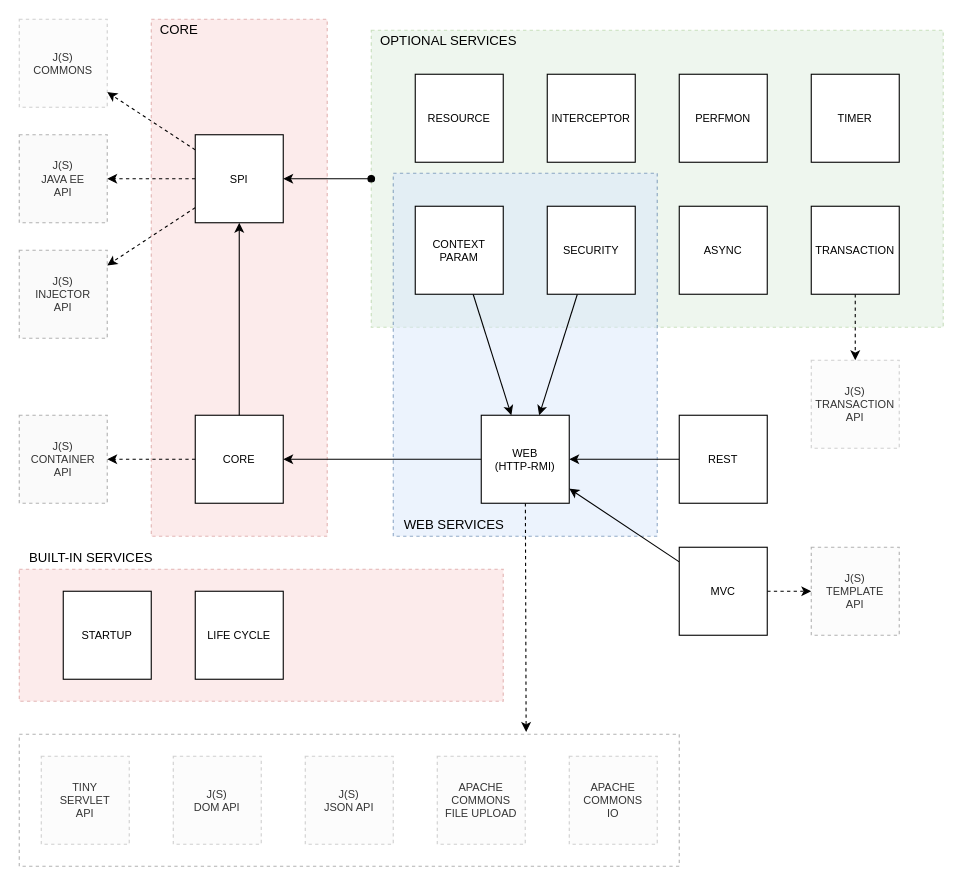
Above: page "Container Architecture" (5 of 12) of docs/container.drawio in js-lib-com/tiny-container (draw.io), before the change. Source tidied: cells renumbered, new cells numbered last; positions are measured from the earlier drawing's top-left corner, leaving out a move shared by most shapes. Both pictures are drawn from the tidied source at 110%, with x=0, y=0 at pixel (19, 19).
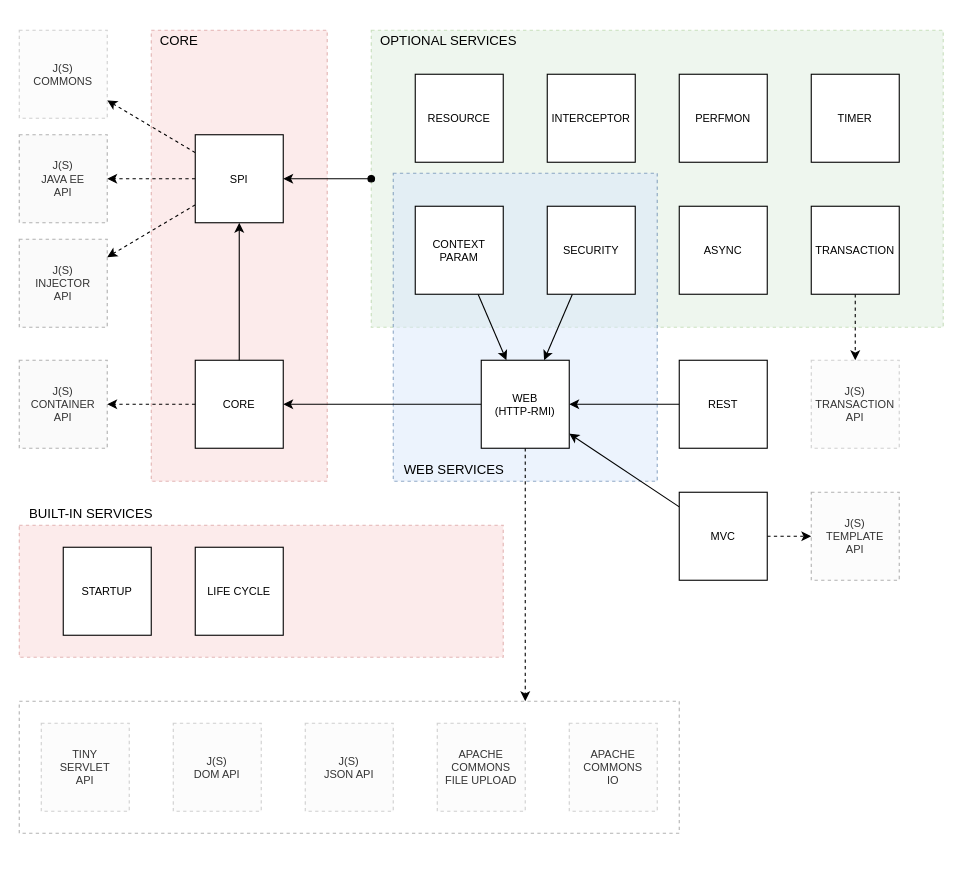
After the change.

The edit, as a diff of the source:
```diff
@@
     <mxCell id="2" style="rounded=0;whiteSpace=wrap;html=1;opacity=40;dashed=1;fillColor=#f8cecc;strokeColor=#b85450;" parent="1" vertex="1">
-      <mxGeometry y="500" width="440" height="120" as="geometry" />
+      <mxGeometry y="460" width="440" height="120" as="geometry" />
     </mxCell>
@@
     <mxCell id="4" style="rounded=0;whiteSpace=wrap;html=1;fontSize=12;opacity=30;dashed=1;" parent="1" vertex="1">
-      <mxGeometry y="650" width="600" height="120" as="geometry" />
+      <mxGeometry y="620" width="600" height="120" as="geometry" />
     </mxCell>
     <mxCell id="5" style="rounded=0;whiteSpace=wrap;html=1;fontSize=12;opacity=50;fillColor=#dae8fc;strokeColor=#2C5B91;dashed=1;" parent="1" vertex="1">
-      <mxGeometry x="340" y="140" width="240" height="330" as="geometry" />
+      <mxGeometry x="340" y="140" width="240" height="280" as="geometry" />
     </mxCell>
     <mxCell id="6" style="rounded=0;whiteSpace=wrap;html=1;fontSize=10;opacity=40;fillColor=#f8cecc;strokeColor=#b85450;dashed=1;" parent="1" vertex="1">
-      <mxGeometry x="120" width="160" height="470" as="geometry" />
+      <mxGeometry x="120" y="10" width="160" height="410" as="geometry" />
     </mxCell>
     <mxCell id="7" value="CORE" style="whiteSpace=wrap;html=1;fontSize=10;" parent="1" vertex="1">
-      <mxGeometry x="160" y="360" width="80" height="80" as="geometry" />
+      <mxGeometry x="160" y="310" width="80" height="80" as="geometry" />
     </mxCell>
@@
     <mxCell id="17" value="MVC" style="whiteSpace=wrap;html=1;fontSize=10;" parent="1" vertex="1">
-      <mxGeometry x="600" y="480" width="80" height="80" as="geometry" />
+      <mxGeometry x="600" y="430" width="80" height="80" as="geometry" />
     </mxCell>
@@
     <mxCell id="20" value="REST" style="whiteSpace=wrap;html=1;fontSize=10;" parent="1" vertex="1">
-      <mxGeometry x="600" y="360" width="80" height="80" as="geometry" />
+      <mxGeometry x="600" y="310" width="80" height="80" as="geometry" />
     </mxCell>
@@
-    <mxCell id="29" style="edgeStyle=none;rounded=0;jettySize=auto;html=1;fontSize=10;startArrow=none;startFill=0;dashed=1;entryX=0.768;entryY=-0.017;entryDx=0;entryDy=0;entryPerimeter=0;" parent="1" edge="1" source="30" target="4">
-      <mxGeometry relative="1" as="geometry" />
+    <mxCell id="29" style="edgeStyle=none;rounded=0;jettySize=auto;html=1;fontSize=10;startArrow=none;startFill=0;dashed=1;" parent="1" edge="1" source="30">
+      <mxGeometry relative="1" as="geometry">
+        <mxPoint x="460" y="620" as="targetPoint" />
+      </mxGeometry>
     </mxCell>
     <mxCell id="30" value="WEB&lt;br&gt;(HTTP-RMI)" style="whiteSpace=wrap;html=1;fontSize=10;" parent="1" vertex="1">
-      <mxGeometry x="420" y="360" width="80" height="80" as="geometry" />
+      <mxGeometry x="420" y="310" width="80" height="80" as="geometry" />
     </mxCell>
@@
     <mxCell id="32" value="J(S)&lt;br&gt;INJECTOR&lt;br&gt;API" style="whiteSpace=wrap;html=1;fontSize=10;fillColor=#f5f5f5;strokeColor=#666666;fontColor=#333333;opacity=50;dashed=1;" parent="1" vertex="1">
-      <mxGeometry y="210" width="80" height="80" as="geometry" />
+      <mxGeometry y="200" width="80" height="80" as="geometry" />
     </mxCell>
@@
     <mxCell id="35" value="WEB SERVICES" style="text;html=1;align=center;verticalAlign=middle;strokeColor=none;fillColor=none;fontSize=12;" parent="1" vertex="1">
-      <mxGeometry x="340" y="450" width="110" height="20" as="geometry" />
+      <mxGeometry x="340" y="400" width="110" height="20" as="geometry" />
     </mxCell>
     <mxCell id="36" value="J(S)&lt;br&gt;COMMONS" style="whiteSpace=wrap;html=1;fontSize=10;opacity=30;fillColor=#f5f5f5;strokeColor=#666666;fontColor=#333333;dashed=1;" parent="1" vertex="1">
-      <mxGeometry width="80" height="80" as="geometry" />
+      <mxGeometry y="10" width="80" height="80" as="geometry" />
     </mxCell>
@@
     <mxCell id="38" value="APACHE&lt;br&gt;COMMONS&lt;br&gt;FILE UPLOAD" style="whiteSpace=wrap;html=1;fontSize=10;opacity=30;fillColor=#f5f5f5;strokeColor=#666666;fontColor=#333333;dashed=1;" parent="1" vertex="1">
-      <mxGeometry x="380" y="670" width="80" height="80" as="geometry" />
+      <mxGeometry x="380" y="640" width="80" height="80" as="geometry" />
     </mxCell>
     <mxCell id="39" value="J(S)&lt;br&gt;TEMPLATE&lt;br&gt;API" style="whiteSpace=wrap;html=1;fontSize=10;opacity=30;fillColor=#f5f5f5;strokeColor=#000000;fontColor=#333333;dashed=1;" parent="1" vertex="1">
-      <mxGeometry x="720" y="480" width="80" height="80" as="geometry" />
+      <mxGeometry x="720" y="430" width="80" height="80" as="geometry" />
     </mxCell>
     <mxCell id="40" value="TINY &lt;br&gt;SERVLET&lt;br&gt;API" style="whiteSpace=wrap;html=1;fontSize=10;opacity=30;fillColor=#f5f5f5;strokeColor=#666666;fontColor=#333333;dashed=1;" parent="1" vertex="1">
-      <mxGeometry x="20" y="670" width="80" height="80" as="geometry" />
+      <mxGeometry x="20" y="640" width="80" height="80" as="geometry" />
     </mxCell>
     <mxCell id="41" value="J(S)&lt;br&gt;DOM API" style="whiteSpace=wrap;html=1;fontSize=10;opacity=30;fillColor=#f5f5f5;strokeColor=#666666;fontColor=#333333;dashed=1;" parent="1" vertex="1">
-      <mxGeometry x="140" y="670" width="80" height="80" as="geometry" />
+      <mxGeometry x="140" y="640" width="80" height="80" as="geometry" />
     </mxCell>
     <mxCell id="42" value="J(S)&lt;br&gt;JSON API" style="whiteSpace=wrap;html=1;fontSize=10;opacity=30;fillColor=#f5f5f5;strokeColor=#666666;fontColor=#333333;dashed=1;" parent="1" vertex="1">
-      <mxGeometry x="260" y="670" width="80" height="80" as="geometry" />
+      <mxGeometry x="260" y="640" width="80" height="80" as="geometry" />
     </mxCell>
     <mxCell id="43" value="CORE" style="text;html=1;align=center;verticalAlign=middle;strokeColor=none;fillColor=none;fontSize=12;" parent="1" vertex="1">
-      <mxGeometry x="120" width="50" height="20" as="geometry" />
+      <mxGeometry x="120" y="10" width="50" height="20" as="geometry" />
     </mxCell>
     <mxCell id="44" value="APACHE&lt;br&gt;COMMONS&lt;br&gt;IO" style="whiteSpace=wrap;html=1;fontSize=10;fillColor=#f5f5f5;strokeColor=#666666;fontColor=#333333;opacity=30;dashed=1;" parent="1" vertex="1">
-      <mxGeometry x="500" y="670" width="80" height="80" as="geometry" />
+      <mxGeometry x="500" y="640" width="80" height="80" as="geometry" />
     </mxCell>
@@
     <mxCell id="46" value="LIFE CYCLE" style="whiteSpace=wrap;html=1;fontSize=10;" parent="1" vertex="1">
-      <mxGeometry x="160" y="520" width="80" height="80" as="geometry" />
+      <mxGeometry x="160" y="480" width="80" height="80" as="geometry" />
     </mxCell>
     <mxCell id="47" value="J(S)&lt;br&gt;CONTAINER&lt;br&gt;API" style="whiteSpace=wrap;html=1;fontSize=10;fillColor=#f5f5f5;strokeColor=#666666;fontColor=#333333;opacity=50;dashed=1;" parent="1" vertex="1">
-      <mxGeometry y="360" width="80" height="80" as="geometry" />
+      <mxGeometry y="310" width="80" height="80" as="geometry" />
     </mxCell>
@@
     <mxCell id="49" value="STARTUP" style="whiteSpace=wrap;html=1;fontSize=10;" parent="1" vertex="1">
-      <mxGeometry x="40" y="520" width="80" height="80" as="geometry" />
+      <mxGeometry x="40" y="480" width="80" height="80" as="geometry" />
     </mxCell>
     <mxCell id="50" value="BUILT-IN SERVICES" style="text;html=1;align=center;verticalAlign=middle;strokeColor=none;fillColor=none;" parent="1" vertex="1">
-      <mxGeometry y="480" width="130" height="20" as="geometry" />
+      <mxGeometry y="440" width="130" height="20" as="geometry" />
     </mxCell>
```
